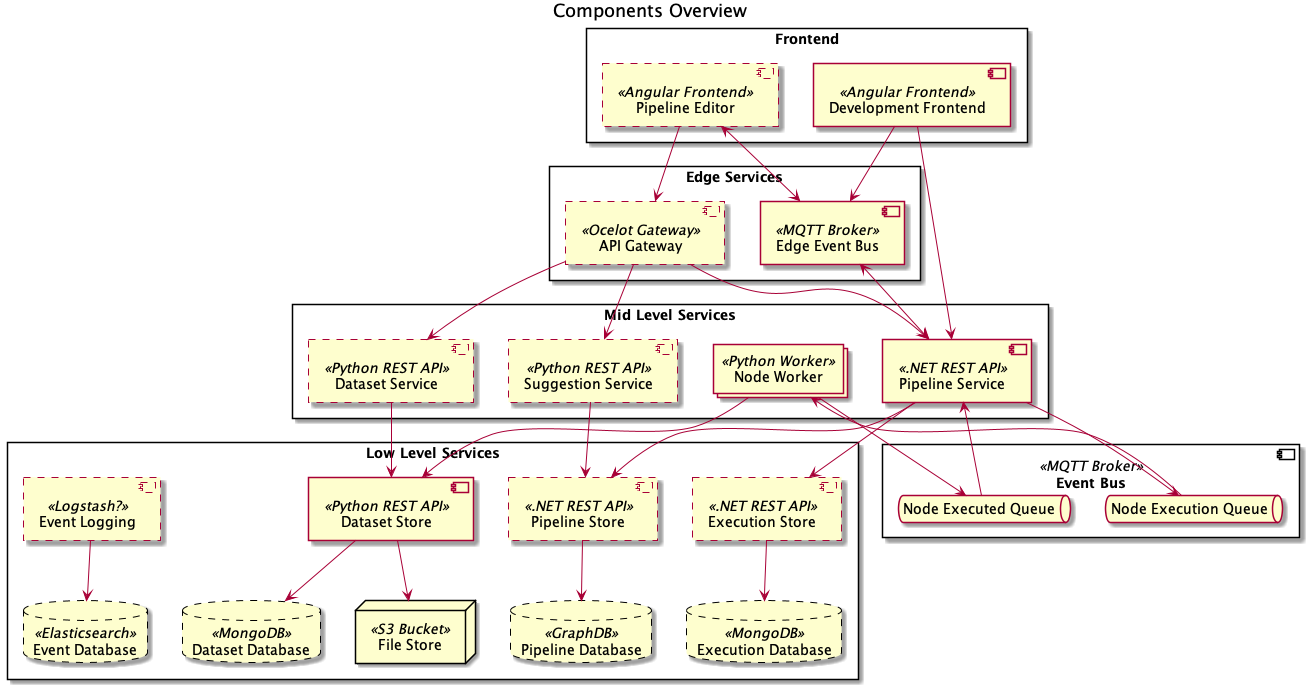
This is docs/architecture/overview.png from project-hanse/prototype-a, a PlantUML export, as it was before one commit.
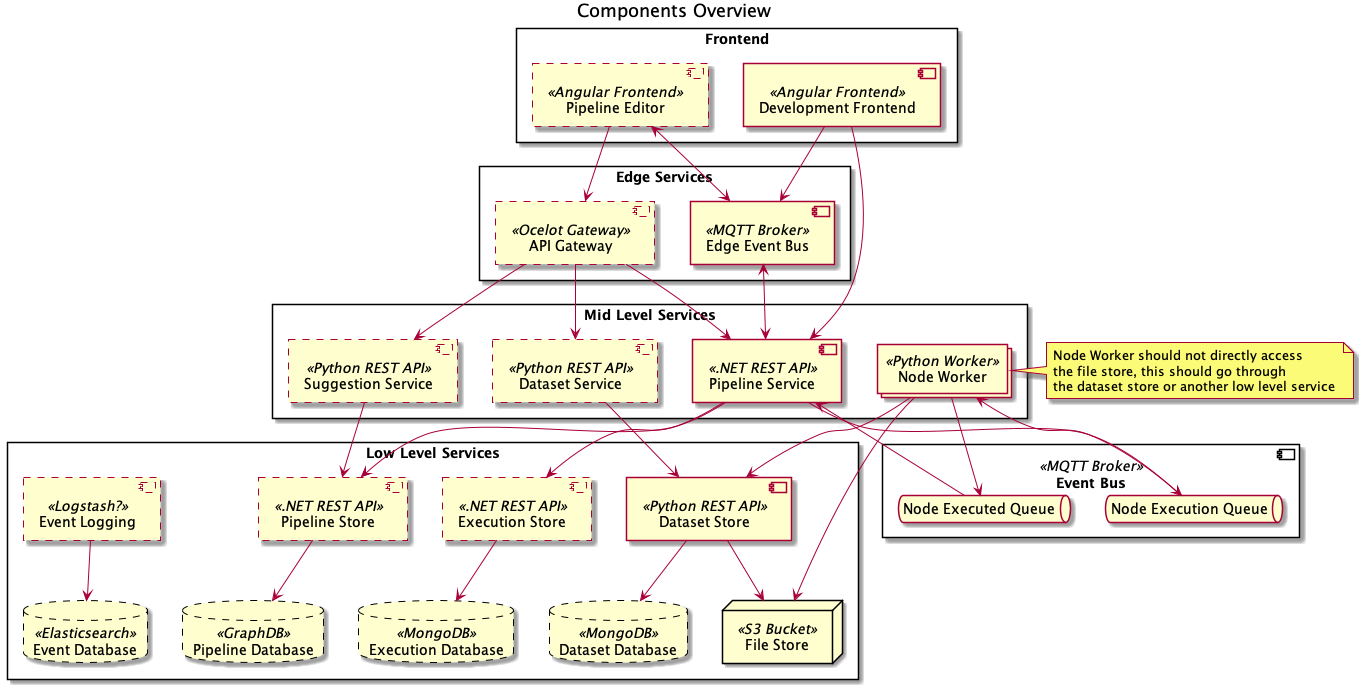
Later version of the same file.

The edit, as a diff of the source:
```diff
@@ -61,6 +61,12 @@
 
 
 worker --> dataset_store
+note right of worker
+    Node Worker should not directly access
+    the file store, this should go through
+    the dataset store or another low level service
+end note
+worker --> file_store
 suggestion_service --> pipeline_store
 pipeline_service --> execution_store
 pipeline_service --> pipeline_store
```
